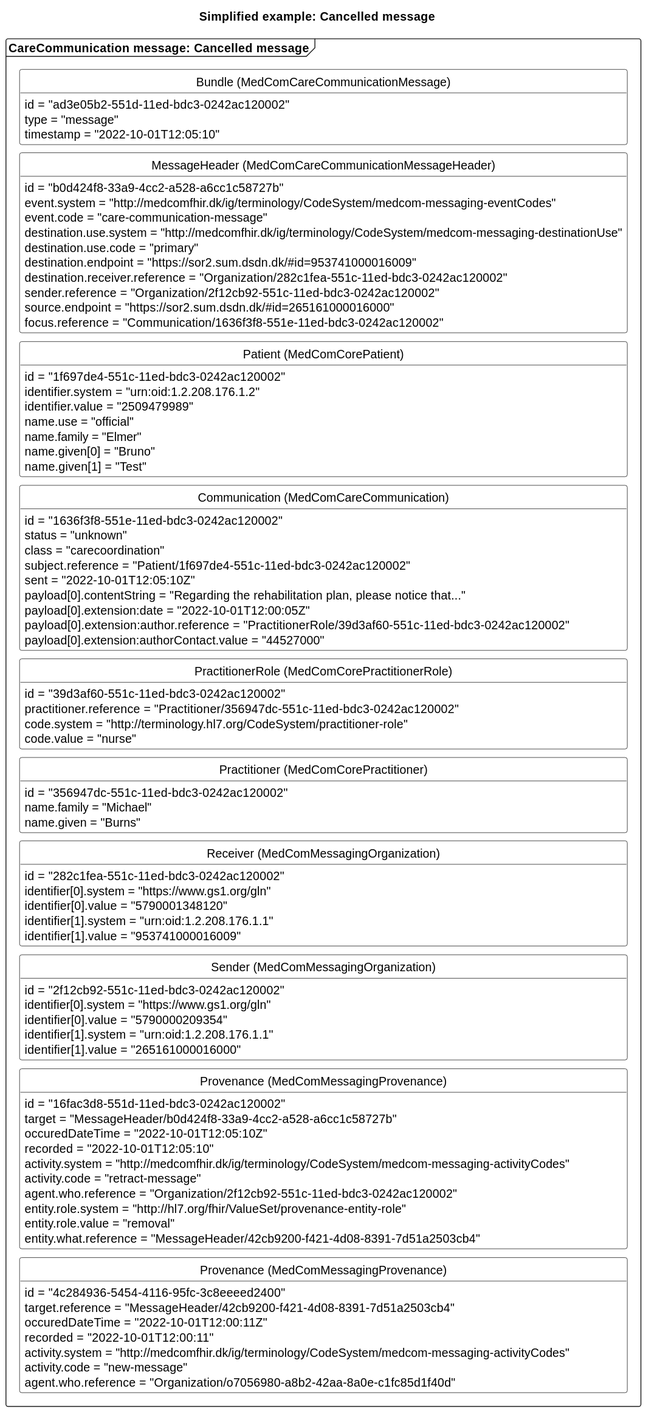
The PlantUML diagram input/images/carecommunication/CCcancelMessage.svg in medcomdk/dk-medcom-carecommunication, before a commit.
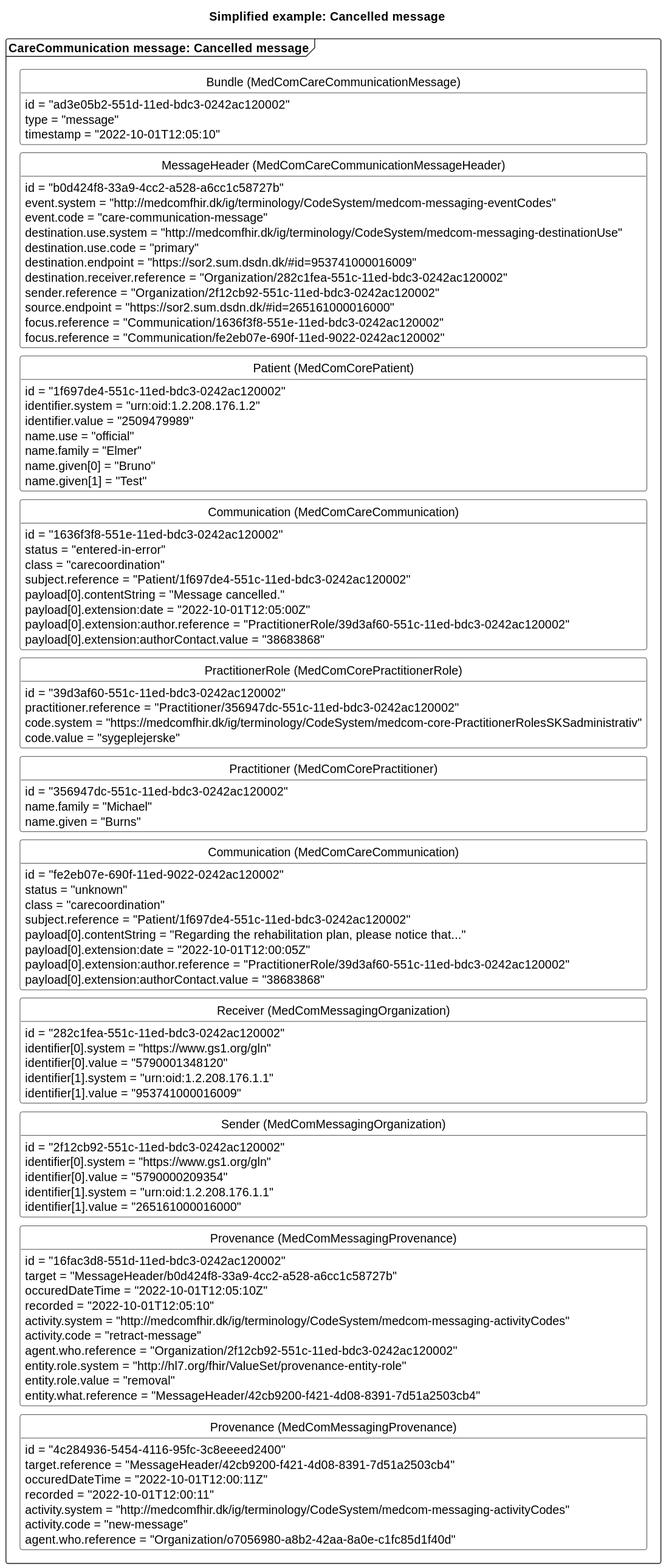
The same diagram one commit later.

What changed in the source:
```diff
@@ -30,6 +30,7 @@
         sender.reference = "Organization/2f12cb92-551c-11ed-bdc3-0242ac120002"
         source.endpoint = "https://sor2.sum.dsdn.dk/#id=265161000016000"
         focus.reference = "Communication/1636f3f8-551e-11ed-bdc3-0242ac120002"
+        focus.reference = "Communication/fe2eb07e-690f-11ed-9022-0242ac120002"
     }
     class "Patient (MedComCorePatient)" as errorPT{
         id = "1f697de4-551c-11ed-bdc3-0242ac120002"
@@ -42,25 +43,34 @@
     }
     class "Communication (MedComCareCommunication)" as errorCom{
         id = "1636f3f8-551e-11ed-bdc3-0242ac120002"
-        status = "unknown"
+        status = "entered-in-error"
         class = "carecoordination"
         subject.reference = "Patient/1f697de4-551c-11ed-bdc3-0242ac120002"
-        sent = "2022-10-01T12:05:10Z"
-        payload[0].contentString = "Regarding the rehabilitation plan, please notice that..."
-        payload[0].extension:date = "2022-10-01T12:00:05Z"
+        payload[0].contentString = "Message cancelled."
+        payload[0].extension:date = "2022-10-01T12:05:00Z"
         payload[0].extension:author.reference = "PractitionerRole/39d3af60-551c-11ed-bdc3-0242ac120002"
-        payload[0].extension:authorContact.value = "44527000"
+        payload[0].extension:authorContact.value = "38683868"
     }
     class "PractitionerRole (MedComCorePractitionerRole)" as errorPracR{
         id = "39d3af60-551c-11ed-bdc3-0242ac120002"
         practitioner.reference = "Practitioner/356947dc-551c-11ed-bdc3-0242ac120002"
-        code.system = "http://terminology.hl7.org/CodeSystem/practitioner-role"
-        code.value = "nurse"
+        code.system = "https://medcomfhir.dk/ig/terminology/CodeSystem/medcom-core-PractitionerRolesSKSadministrativ"
+        code.value = "sygeplejerske"
     }
     class "Practitioner (MedComCorePractitioner)" as errorPrac{
         id = "356947dc-551c-11ed-bdc3-0242ac120002"
         name.family = "Michael"
         name.given = "Burns"
+    }
+    class "Communication (MedComCareCommunication)" as newCom{
+        id = "fe2eb07e-690f-11ed-9022-0242ac120002"
+        status = "unknown"
+        class = "carecoordination"
+        subject.reference = "Patient/1f697de4-551c-11ed-bdc3-0242ac120002"
+        payload[0].contentString = "Regarding the rehabilitation plan, please notice that..."
+        payload[0].extension:date = "2022-10-01T12:00:05Z"
+        payload[0].extension:author.reference = "PractitionerRole/39d3af60-551c-11ed-bdc3-0242ac120002"
+        payload[0].extension:authorContact.value = "38683868"
     }
     class "Receiver (MedComMessagingOrganization)" as errorROrg{
         id = "282c1fea-551c-11ed-bdc3-0242ac120002"
@@ -103,7 +113,8 @@
 errorPT-[hidden]-errorCom
 errorCom -[hidden]-errorPracR
 errorPracR-[hidden]-errorPrac
-errorPrac-[hidden]-errorROrg
+errorPrac-[hidden]-newCom
+newCom -[hidden]-errorROrg
 errorROrg-[hidden]- errorSOrg
 errorSOrg-[hidden]-errorPRO
 errorPRO-[hidden]-newPRO
```
